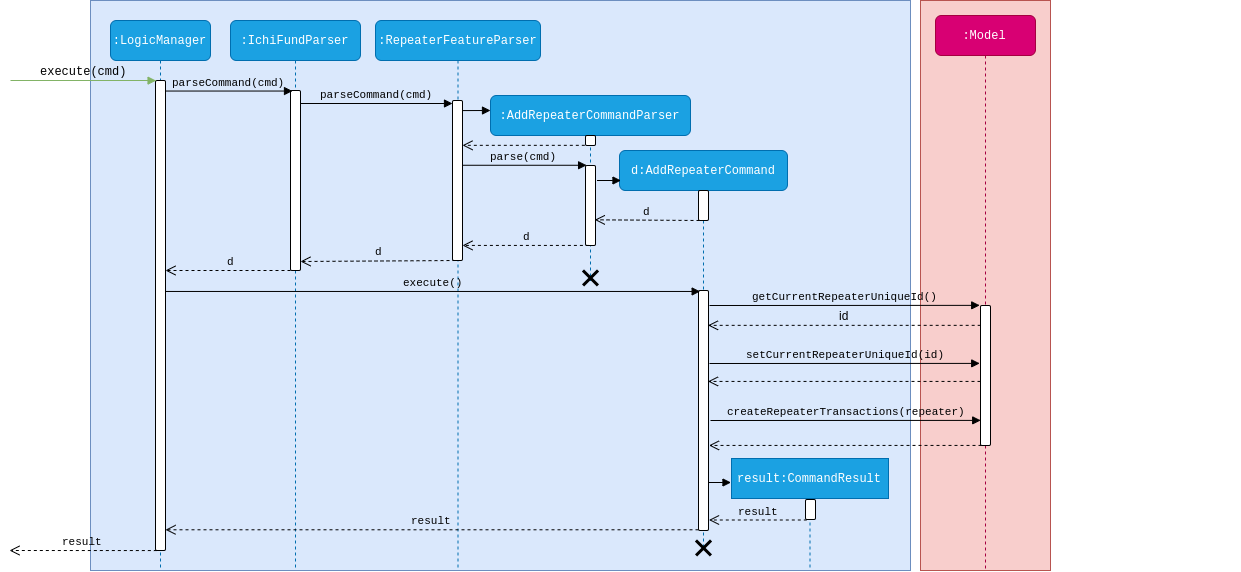
Before: docs/images/AddRepeaterSequenceDiagram.png, a diagram exported from draw.io (nus-cs2103-AY1920S1/addressbook-level3). Source tidied: cells renumbered, new cells last; positions are measured from the earlier drawing's top-left corner, leaving out a move shared by most shapes.
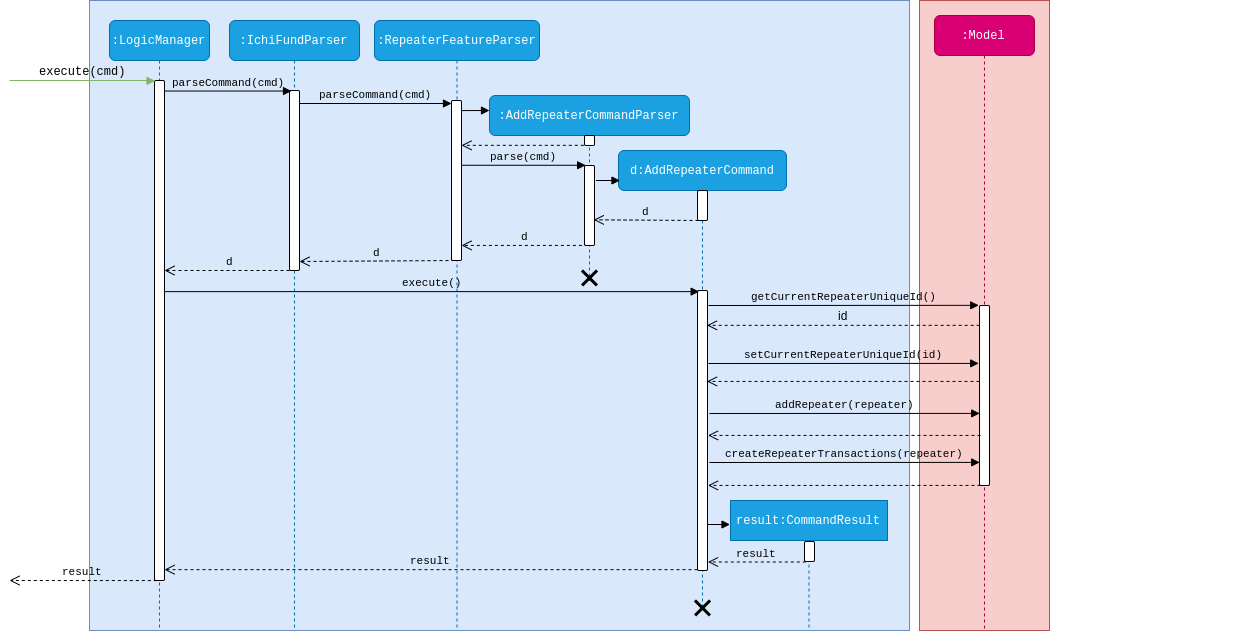
Later version of the same file.

Commit message:
Fix repeater sequence diagram

Change to the diagram source:
```diff
@@ -6,25 +6,25 @@
       <mxGeometry x="731" y="80" width="120" height="60" as="geometry" />
     </mxCell>
     <mxCell id="3" style="rounded=0;whiteSpace=wrap;html=1;comic=0;fillColor=#f8cecc;strokeColor=#b85450;fontFamily=Courier New;" parent="1" vertex="1">
-      <mxGeometry x="911" width="130" height="570" as="geometry" />
+      <mxGeometry x="911" width="130" height="630" as="geometry" />
     </mxCell>
     <mxCell id="4" style="rounded=0;whiteSpace=wrap;html=1;comic=0;fillColor=#dae8fc;strokeColor=#6c8ebf;" parent="1" vertex="1">
-      <mxGeometry x="81" width="820" height="570" as="geometry" />
+      <mxGeometry x="81" width="820" height="630" as="geometry" />
     </mxCell>
     <mxCell id="5" value=":LogicManager" style="shape=umlLifeline;perimeter=lifelinePerimeter;whiteSpace=wrap;html=1;rounded=1;comic=0;fontFamily=Courier New;fillColor=#1ba1e2;strokeColor=#006EAF;fontColor=#ffffff;" parent="1" vertex="1">
-      <mxGeometry x="101" y="20" width="100" height="550" as="geometry" />
+      <mxGeometry x="101" y="20" width="100" height="610" as="geometry" />
     </mxCell>
     <mxCell id="6" style="html=1;points=[];perimeter=orthogonalPerimeter;rounded=1;comic=0;fontFamily=Courier New;" parent="5" vertex="1">
-      <mxGeometry x="45" y="60" width="10" height="470" as="geometry" />
+      <mxGeometry x="45" y="60" width="10" height="500" as="geometry" />
     </mxCell>
     <mxCell id="7" value=":IchiFundParser" style="shape=umlLifeline;perimeter=lifelinePerimeter;whiteSpace=wrap;html=1;rounded=1;comic=0;fontFamily=Courier New;fillColor=#1ba1e2;strokeColor=#006EAF;fontColor=#ffffff;" parent="1" vertex="1">
-      <mxGeometry x="221" y="20" width="130" height="550" as="geometry" />
+      <mxGeometry x="221" y="20" width="130" height="610" as="geometry" />
     </mxCell>
     <mxCell id="8" style="html=1;points=[];perimeter=orthogonalPerimeter;rounded=1;comic=0;fontFamily=Courier New;" parent="7" vertex="1">
       <mxGeometry x="60" y="70" width="10" height="180" as="geometry" />
     </mxCell>
     <mxCell id="9" value=":RepeaterFeatureParser" style="shape=umlLifeline;perimeter=lifelinePerimeter;whiteSpace=wrap;html=1;rounded=1;comic=0;fontFamily=Courier New;fillColor=#1ba1e2;strokeColor=#006EAF;fontColor=#ffffff;" parent="1" vertex="1">
-      <mxGeometry x="366" y="20" width="165" height="550" as="geometry" />
+      <mxGeometry x="366" y="20" width="165" height="610" as="geometry" />
     </mxCell>
     <mxCell id="10" style="html=1;points=[];perimeter=orthogonalPerimeter;rounded=1;comic=0;fontFamily=Courier New;" parent="9" vertex="1">
       <mxGeometry x="77" y="80" width="10" height="160" as="geometry" />
@@ -48,7 +48,7 @@
       <mxGeometry x="92.5" y="175" width="15" height="15" as="geometry" />
     </mxCell>
     <mxCell id="16" value="d:AddRepeaterCommand" style="shape=umlLifeline;perimeter=lifelinePerimeter;whiteSpace=wrap;html=1;rounded=1;comic=0;fontFamily=Courier New;fillColor=#1ba1e2;strokeColor=#006EAF;fontColor=#ffffff;" parent="1" vertex="1">
-      <mxGeometry x="610" y="150" width="168" height="400" as="geometry" />
+      <mxGeometry x="610" y="150" width="168" height="460" as="geometry" />
     </mxCell>
     <mxCell id="17" style="html=1;perimeter=orthogonalPerimeter;rounded=1;comic=0;fontFamily=Courier New;" parent="16" vertex="1">
       <mxGeometry x="79" y="40" width="10" height="30" as="geometry" />
@@ -59,7 +59,7 @@
       </mxGeometry>
     </mxCell>
     <mxCell id="19" style="html=1;points=[];perimeter=orthogonalPerimeter;rounded=1;comic=0;fontFamily=Courier New;" parent="16" vertex="1">
-      <mxGeometry x="79" y="140" width="10" height="240" as="geometry" />
+      <mxGeometry x="79" y="140" width="10" height="280" as="geometry" />
     </mxCell>
     <mxCell id="20" style="html=1;verticalAlign=bottom;endArrow=block;fontFamily=Courier New;" parent="16" edge="1">
       <mxGeometry relative="1" as="geometry">
@@ -67,119 +67,132 @@
         <mxPoint x="1.5" y="30" as="targetPoint" />
       </mxGeometry>
     </mxCell>
-    <mxCell id="21" style="shape=umlDestroy;whiteSpace=wrap;html=1;strokeWidth=3;rounded=1;comic=0;fontFamily=Courier New;" parent="16" vertex="1">
-      <mxGeometry x="76.5" y="390" width="15" height="15" as="geometry" />
+    <mxCell id="21" value=":Model" style="shape=umlLifeline;perimeter=lifelinePerimeter;whiteSpace=wrap;html=1;rounded=1;comic=0;fontFamily=Courier New;fillColor=#d80073;strokeColor=#A50040;fontColor=#ffffff;size=40;" parent="1" vertex="1">
+      <mxGeometry x="926" y="15" width="100" height="615" as="geometry" />
     </mxCell>
-    <mxCell id="22" value=":Model" style="shape=umlLifeline;perimeter=lifelinePerimeter;whiteSpace=wrap;html=1;outlineConnect=0;rounded=1;comic=0;fontFamily=Courier New;fillColor=#d80073;strokeColor=#A50040;fontColor=#ffffff;size=40;" parent="1" vertex="1">
-      <mxGeometry x="926" y="15" width="100" height="555" as="geometry" />
+    <mxCell id="22" style="html=1;points=[];perimeter=orthogonalPerimeter;rounded=1;comic=0;fontFamily=Courier New;" parent="21" vertex="1">
+      <mxGeometry x="45" y="290" width="10" height="180" as="geometry" />
     </mxCell>
-    <mxCell id="23" style="html=1;points=[];perimeter=orthogonalPerimeter;rounded=1;comic=0;fontFamily=Courier New;" parent="22" vertex="1">
-      <mxGeometry x="45" y="290" width="10" height="140" as="geometry" />
+    <mxCell id="23" value="result:CommandResult" style="html=1;points=[];perimeter=orthogonalPerimeter;shape=umlLifeline;participant=label;fontFamily=Courier New;fontSize=12;fontColor=#ffffff;align=center;strokeColor=#006EAF;fillColor=#1ba1e2;" parent="1" vertex="1">
+      <mxGeometry x="722" y="500" width="157" height="130" as="geometry" />
     </mxCell>
-    <mxCell id="24" value="result:CommandResult" style="html=1;points=[];perimeter=orthogonalPerimeter;shape=umlLifeline;participant=label;fontFamily=Courier New;fontSize=12;fontColor=#ffffff;align=center;strokeColor=#006EAF;fillColor=#1ba1e2;" parent="1" vertex="1">
-      <mxGeometry x="722" y="458" width="157" height="112" as="geometry" />
+    <mxCell id="24" style="html=1;points=[];perimeter=orthogonalPerimeter;rounded=1;comic=0;fontFamily=Courier New;" parent="23" vertex="1">
+      <mxGeometry x="74" y="41" width="10" height="20" as="geometry" />
     </mxCell>
-    <mxCell id="25" style="html=1;points=[];perimeter=orthogonalPerimeter;rounded=1;comic=0;fontFamily=Courier New;" parent="24" vertex="1">
-      <mxGeometry x="74" y="41" width="10" height="20" as="geometry" />
+    <mxCell id="25" value="&lt;div&gt;execute(cmd)&lt;/div&gt;" style="html=1;verticalAlign=bottom;endArrow=block;labelBackgroundColor=none;fontFamily=Courier New;fontSize=12;edgeStyle=elbowEdgeStyle;elbow=vertical;fillColor=#d5e8d4;strokeColor=#82b366;entryX=0.067;entryY=0;entryDx=0;entryDy=0;entryPerimeter=0;rounded=0;" parent="1" edge="1" target="6">
+      <mxGeometry relative="1" as="geometry">
+        <mxPoint x="1" y="80" as="sourcePoint" />
+        <Array as="points">
+          <mxPoint x="41" y="80" />
+        </Array>
+      </mxGeometry>
     </mxCell>
-    <mxCell id="26" value="&lt;div&gt;execute(cmd)&lt;/div&gt;" style="html=1;verticalAlign=bottom;endArrow=block;labelBackgroundColor=none;fontFamily=Courier New;fontSize=12;edgeStyle=elbowEdgeStyle;elbow=vertical;fillColor=#d5e8d4;strokeColor=#82b366;entryX=0.067;entryY=0;entryDx=0;entryDy=0;entryPerimeter=0;rounded=0;" parent="1" edge="1" target="6">
-      <mxGeometry relative="1" as="geometry">
-        <mxPoint x="1" y="80" as="sourcePoint" />
-        <Array as="points">
-          <mxPoint x="41" y="80" />
-        </Array>
-      </mxGeometry>
+    <mxCell id="26" value="parseCommand(cmd)" style="html=1;verticalAlign=bottom;endArrow=block;fontFamily=Courier New;entryX=0.2;entryY=0.003;entryDx=0;entryDy=0;entryPerimeter=0;labelBackgroundColor=none;" parent="1" edge="1" source="6" target="8">
+      <mxGeometry relative="1" as="geometry" />
     </mxCell>
-    <mxCell id="27" value="parseCommand(cmd)" style="html=1;verticalAlign=bottom;endArrow=block;fontFamily=Courier New;entryX=0.2;entryY=0.003;entryDx=0;entryDy=0;entryPerimeter=0;labelBackgroundColor=none;" parent="1" edge="1" source="6" target="8">
-      <mxGeometry relative="1" as="geometry" />
+    <mxCell id="27" value="parseCommand(cmd)" style="html=1;verticalAlign=bottom;endArrow=block;fontFamily=Courier New;labelBackgroundColor=none;" parent="1" edge="1" target="10">
+      <mxGeometry relative="1" as="geometry">
+        <mxPoint x="291" y="103" as="sourcePoint" />
+      </mxGeometry>
     </mxCell>
-    <mxCell id="28" value="parseCommand(cmd)" style="html=1;verticalAlign=bottom;endArrow=block;fontFamily=Courier New;labelBackgroundColor=none;" parent="1" edge="1" target="10">
+    <mxCell id="28" style="html=1;verticalAlign=bottom;endArrow=block;fontFamily=Courier New;exitX=1.04;exitY=0.063;exitDx=0;exitDy=0;exitPerimeter=0;" parent="1" edge="1" source="10">
       <mxGeometry relative="1" as="geometry">
-        <mxPoint x="291" y="103" as="sourcePoint" />
+        <mxPoint x="481" y="110" as="targetPoint" />
       </mxGeometry>
     </mxCell>
-    <mxCell id="29" style="html=1;verticalAlign=bottom;endArrow=block;fontFamily=Courier New;exitX=1.04;exitY=0.063;exitDx=0;exitDy=0;exitPerimeter=0;" parent="1" edge="1" source="10">
-      <mxGeometry relative="1" as="geometry">
-        <mxPoint x="481" y="110" as="targetPoint" />
+    <mxCell id="29" value="d" style="html=1;verticalAlign=bottom;endArrow=open;dashed=1;endSize=8;fontFamily=Courier New;labelBackgroundColor=none;" parent="1" edge="1" target="6">
+      <mxGeometry x="-0.03" relative="1" as="geometry">
+        <mxPoint x="281" y="270" as="sourcePoint" />
+        <mxPoint x="1" as="offset" />
       </mxGeometry>
     </mxCell>
-    <mxCell id="30" value="d" style="html=1;verticalAlign=bottom;endArrow=open;dashed=1;endSize=8;fontFamily=Courier New;labelBackgroundColor=none;" parent="1" edge="1" target="6">
-      <mxGeometry x="-0.03" relative="1" as="geometry">
-        <mxPoint x="281" y="270" as="sourcePoint" />
-        <mxPoint x="1" as="offset" />
-      </mxGeometry>
+    <mxCell id="30" style="html=1;verticalAlign=bottom;endArrow=open;dashed=1;endSize=8;fontFamily=Courier New;exitX=-0.068;exitY=0.983;exitDx=0;exitDy=0;exitPerimeter=0;" parent="1" edge="1" source="13" target="10">
+      <mxGeometry relative="1" as="geometry" />
     </mxCell>
-    <mxCell id="31" style="html=1;verticalAlign=bottom;endArrow=open;dashed=1;endSize=8;fontFamily=Courier New;exitX=-0.068;exitY=0.983;exitDx=0;exitDy=0;exitPerimeter=0;" parent="1" edge="1" source="13" target="10">
+    <mxCell id="31" value="d" style="html=1;verticalAlign=bottom;endArrow=open;dashed=1;endSize=8;fontFamily=Courier New;exitX=0.34;exitY=0.999;exitDx=0;exitDy=0;exitPerimeter=0;labelBackgroundColor=none;" parent="1" edge="1" source="14" target="10">
       <mxGeometry relative="1" as="geometry" />
     </mxCell>
-    <mxCell id="32" value="d" style="html=1;verticalAlign=bottom;endArrow=open;dashed=1;endSize=8;fontFamily=Courier New;exitX=0.34;exitY=0.999;exitDx=0;exitDy=0;exitPerimeter=0;labelBackgroundColor=none;" parent="1" edge="1" source="14" target="10">
+    <mxCell id="32" value="parse(cmd)" style="html=1;verticalAlign=bottom;endArrow=block;fontFamily=Courier New;entryX=0.11;entryY=-0.003;entryDx=0;entryDy=0;entryPerimeter=0;labelBackgroundColor=none;" parent="1" edge="1" source="10" target="14">
       <mxGeometry relative="1" as="geometry" />
     </mxCell>
-    <mxCell id="33" value="parse(cmd)" style="html=1;verticalAlign=bottom;endArrow=block;fontFamily=Courier New;entryX=0.11;entryY=-0.003;entryDx=0;entryDy=0;entryPerimeter=0;labelBackgroundColor=none;" parent="1" edge="1" source="10" target="14">
+    <mxCell id="33" value="execute()" style="html=1;verticalAlign=bottom;endArrow=block;fontFamily=Courier New;entryX=0.167;entryY=0.004;entryDx=0;entryDy=0;entryPerimeter=0;labelBackgroundColor=none;" parent="1" edge="1" source="6" target="19">
       <mxGeometry relative="1" as="geometry" />
     </mxCell>
-    <mxCell id="34" value="execute()" style="html=1;verticalAlign=bottom;endArrow=block;fontFamily=Courier New;entryX=0.167;entryY=0.004;entryDx=0;entryDy=0;entryPerimeter=0;labelBackgroundColor=none;" parent="1" edge="1" source="6" target="19">
-      <mxGeometry relative="1" as="geometry" />
+    <mxCell id="34" value="getCurrentRepeaterUniqueId()" style="html=1;verticalAlign=bottom;endArrow=block;fontFamily=Courier New;entryX=-0.079;entryY=-0.001;entryDx=0;entryDy=0;entryPerimeter=0;labelBackgroundColor=none;" parent="1" edge="1" target="22">
+      <mxGeometry relative="1" as="geometry">
+        <mxPoint x="700" y="305" as="sourcePoint" />
+      </mxGeometry>
     </mxCell>
-    <mxCell id="35" value="getCurrentRepeaterUniqueId()" style="html=1;verticalAlign=bottom;endArrow=block;fontFamily=Courier New;entryX=-0.079;entryY=-0.001;entryDx=0;entryDy=0;entryPerimeter=0;labelBackgroundColor=none;" parent="1" edge="1" target="23">
+    <mxCell id="35" style="html=1;verticalAlign=bottom;endArrow=block;fontFamily=Courier New;" parent="1" edge="1">
       <mxGeometry relative="1" as="geometry">
-        <mxPoint x="700" y="305" as="sourcePoint" />
+        <mxPoint x="699.5" y="524" as="sourcePoint" />
+        <mxPoint x="721.5" y="524" as="targetPoint" />
       </mxGeometry>
     </mxCell>
-    <mxCell id="36" style="html=1;verticalAlign=bottom;endArrow=block;fontFamily=Courier New;" parent="1" edge="1">
+    <mxCell id="36" value="result" style="html=1;verticalAlign=bottom;endArrow=open;dashed=1;endSize=8;fontFamily=Courier New;exitX=0.13;exitY=1.025;exitDx=0;exitDy=0;exitPerimeter=0;labelBackgroundColor=none;" parent="1" edge="1" source="24">
       <mxGeometry relative="1" as="geometry">
-        <mxPoint x="699.5" y="482" as="sourcePoint" />
-        <mxPoint x="721.5" y="482" as="targetPoint" />
+        <mxPoint x="699.5" y="561.5" as="targetPoint" />
       </mxGeometry>
     </mxCell>
-    <mxCell id="37" value="result" style="html=1;verticalAlign=bottom;endArrow=open;dashed=1;endSize=8;fontFamily=Courier New;exitX=0.13;exitY=1.025;exitDx=0;exitDy=0;exitPerimeter=0;labelBackgroundColor=none;" parent="1" edge="1" source="25">
+    <mxCell id="37" value="result" style="html=1;verticalAlign=bottom;endArrow=open;dashed=1;endSize=8;fontFamily=Courier New;labelBackgroundColor=none;exitX=0.233;exitY=0.998;exitDx=0;exitDy=0;exitPerimeter=0;" parent="1" edge="1">
       <mxGeometry relative="1" as="geometry">
-        <mxPoint x="699.5" y="519.5" as="targetPoint" />
+        <mxPoint x="148.3" y="580.1" as="sourcePoint" />
+        <mxPoint x="1" y="580" as="targetPoint" />
       </mxGeometry>
     </mxCell>
-    <mxCell id="38" value="result" style="html=1;verticalAlign=bottom;endArrow=open;dashed=1;endSize=8;fontFamily=Courier New;labelBackgroundColor=none;exitX=0.233;exitY=0.998;exitDx=0;exitDy=0;exitPerimeter=0;" parent="1" edge="1">
+    <mxCell id="38" style="html=1;verticalAlign=bottom;endArrow=open;dashed=1;endSize=8;fontFamily=Courier New;exitX=0.067;exitY=1.017;exitDx=0;exitDy=0;exitPerimeter=0;" parent="1" edge="1">
       <mxGeometry relative="1" as="geometry">
-        <mxPoint x="147.3" y="550.1" as="sourcePoint" />
-        <mxPoint y="550" as="targetPoint" />
+        <mxPoint x="971.2" y="324.8" as="sourcePoint" />
+        <mxPoint x="698.5" y="324.8" as="targetPoint" />
       </mxGeometry>
     </mxCell>
-    <mxCell id="39" style="html=1;verticalAlign=bottom;endArrow=open;dashed=1;endSize=8;fontFamily=Courier New;exitX=0.067;exitY=1.017;exitDx=0;exitDy=0;exitPerimeter=0;" parent="1" edge="1">
+    <mxCell id="39" value="setCurrentRepeaterUniqueId(id)" style="html=1;verticalAlign=bottom;endArrow=block;fontFamily=Courier New;entryX=-0.079;entryY=-0.001;entryDx=0;entryDy=0;entryPerimeter=0;labelBackgroundColor=none;" parent="1" edge="1">
       <mxGeometry relative="1" as="geometry">
-        <mxPoint x="971.2" y="324.8" as="sourcePoint" />
-        <mxPoint x="698.5" y="324.8" as="targetPoint" />
+        <mxPoint x="700" y="363" as="sourcePoint" />
+        <mxPoint x="970.2" y="362.9" as="targetPoint" />
       </mxGeometry>
     </mxCell>
-    <mxCell id="40" value="setCurrentRepeaterUniqueId(id)" style="html=1;verticalAlign=bottom;endArrow=block;fontFamily=Courier New;entryX=-0.079;entryY=-0.001;entryDx=0;entryDy=0;entryPerimeter=0;labelBackgroundColor=none;" parent="1" edge="1">
-      <mxGeometry relative="1" as="geometry">
-        <mxPoint x="700" y="363" as="sourcePoint" />
-        <mxPoint x="970.2" y="362.9" as="targetPoint" />
+    <mxCell id="40" value="&lt;br&gt;" style="html=1;verticalAlign=bottom;endArrow=open;dashed=1;endSize=8;fontFamily=Courier New;labelBackgroundColor=none;" parent="1" edge="1">
+      <mxGeometry x="-1" y="263" relative="1" as="geometry">
+        <mxPoint x="971" y="380.9" as="sourcePoint" />
+        <mxPoint x="698.5" y="380.9" as="targetPoint" />
+        <mxPoint x="252" y="-188" as="offset" />
       </mxGeometry>
     </mxCell>
-    <mxCell id="41" value="&lt;br&gt;" style="html=1;verticalAlign=bottom;endArrow=open;dashed=1;endSize=8;fontFamily=Courier New;labelBackgroundColor=none;" parent="1" edge="1">
-      <mxGeometry x="-1" y="263" relative="1" as="geometry">
-        <mxPoint x="971" y="380.9" as="sourcePoint" />
-        <mxPoint x="698.5" y="380.9" as="targetPoint" />
-        <mxPoint x="252" y="-188" as="offset" />
+    <mxCell id="41" value="createRepeaterTransactions(repeater)" style="html=1;verticalAlign=bottom;endArrow=block;fontFamily=Courier New;entryX=-0.079;entryY=-0.001;entryDx=0;entryDy=0;entryPerimeter=0;labelBackgroundColor=none;" parent="1" edge="1">
+      <mxGeometry relative="1" as="geometry">
+        <mxPoint x="701" y="462" as="sourcePoint" />
+        <mxPoint x="971.2" y="461.9" as="targetPoint" />
       </mxGeometry>
     </mxCell>
-    <mxCell id="42" value="createRepeaterTransactions(repeater)" style="html=1;verticalAlign=bottom;endArrow=block;fontFamily=Courier New;entryX=-0.079;entryY=-0.001;entryDx=0;entryDy=0;entryPerimeter=0;labelBackgroundColor=none;" parent="1" edge="1">
-      <mxGeometry relative="1" as="geometry">
-        <mxPoint x="701" y="420" as="sourcePoint" />
-        <mxPoint x="971.2" y="419.9" as="targetPoint" />
+    <mxCell id="42" value="&lt;br&gt;" style="html=1;verticalAlign=bottom;endArrow=open;dashed=1;endSize=8;fontFamily=Courier New;labelBackgroundColor=none;strokeColor=#000000;" parent="1" edge="1">
+      <mxGeometry x="-1" y="267" relative="1" as="geometry">
+        <mxPoint x="972" y="484.9" as="sourcePoint" />
+        <mxPoint x="699.5" y="484.9" as="targetPoint" />
+        <mxPoint x="259" y="-202" as="offset" />
       </mxGeometry>
     </mxCell>
-    <mxCell id="43" value="&lt;br&gt;" style="html=1;verticalAlign=bottom;endArrow=open;dashed=1;endSize=8;fontFamily=Courier New;labelBackgroundColor=none;strokeColor=#000000;" parent="1" edge="1">
-      <mxGeometry x="-1" y="267" relative="1" as="geometry">
-        <mxPoint x="972" y="444.9" as="sourcePoint" />
-        <mxPoint x="699.5" y="444.9" as="targetPoint" />
-        <mxPoint x="259" y="-202" as="offset" />
-      </mxGeometry>
+    <mxCell id="43" value="id" style="text;html=1;" parent="1" vertex="1">
+      <mxGeometry x="828" y="302" width="10" height="25" as="geometry" />
     </mxCell>
-    <mxCell id="44" value="id" style="text;html=1;" parent="1" vertex="1">
-      <mxGeometry x="828" y="302" width="10" height="25" as="geometry" />
+    <mxCell id="44" value="result" style="html=1;verticalAlign=bottom;endArrow=open;dashed=1;endSize=8;fontFamily=Courier New;labelBackgroundColor=none;exitX=0;exitY=0.997;exitDx=0;exitDy=0;exitPerimeter=0;" parent="1" edge="1" source="19" target="6">
+      <mxGeometry relative="1" as="geometry" />
     </mxCell>
-    <mxCell id="45" value="result" style="html=1;verticalAlign=bottom;endArrow=open;dashed=1;endSize=8;fontFamily=Courier New;labelBackgroundColor=none;exitX=0;exitY=0.997;exitDx=0;exitDy=0;exitPerimeter=0;" parent="1" edge="1" source="19" target="6">
-      <mxGeometry relative="1" as="geometry" />
+    <mxCell id="45" style="shape=umlDestroy;whiteSpace=wrap;html=1;strokeWidth=3;rounded=1;comic=0;fontFamily=Courier New;" parent="1" vertex="1">
+      <mxGeometry x="686.5" y="600" width="15" height="15" as="geometry" />
     </mxCell>
+    <mxCell id="46" value="addRepeater(repeater)" style="html=1;verticalAlign=bottom;endArrow=block;fontFamily=Courier New;entryX=-0.079;entryY=-0.001;entryDx=0;entryDy=0;entryPerimeter=0;labelBackgroundColor=none;" parent="1" edge="1">
+      <mxGeometry relative="1" as="geometry">
+        <mxPoint x="701" y="413" as="sourcePoint" />
+        <mxPoint x="971.2" y="412.9" as="targetPoint" />
+      </mxGeometry>
+    </mxCell>
+    <mxCell id="47" value="&lt;br&gt;" style="html=1;verticalAlign=bottom;endArrow=open;dashed=1;endSize=8;fontFamily=Courier New;labelBackgroundColor=none;strokeColor=#000000;" parent="1" edge="1">
+      <mxGeometry x="-1" y="267" relative="1" as="geometry">
+        <mxPoint x="972" y="434.9" as="sourcePoint" />
+        <mxPoint x="699.5" y="434.9" as="targetPoint" />
+        <mxPoint x="259" y="-202" as="offset" />
+      </mxGeometry>
+    </mxCell>
   </root>
 </mxGraphModel>
```
